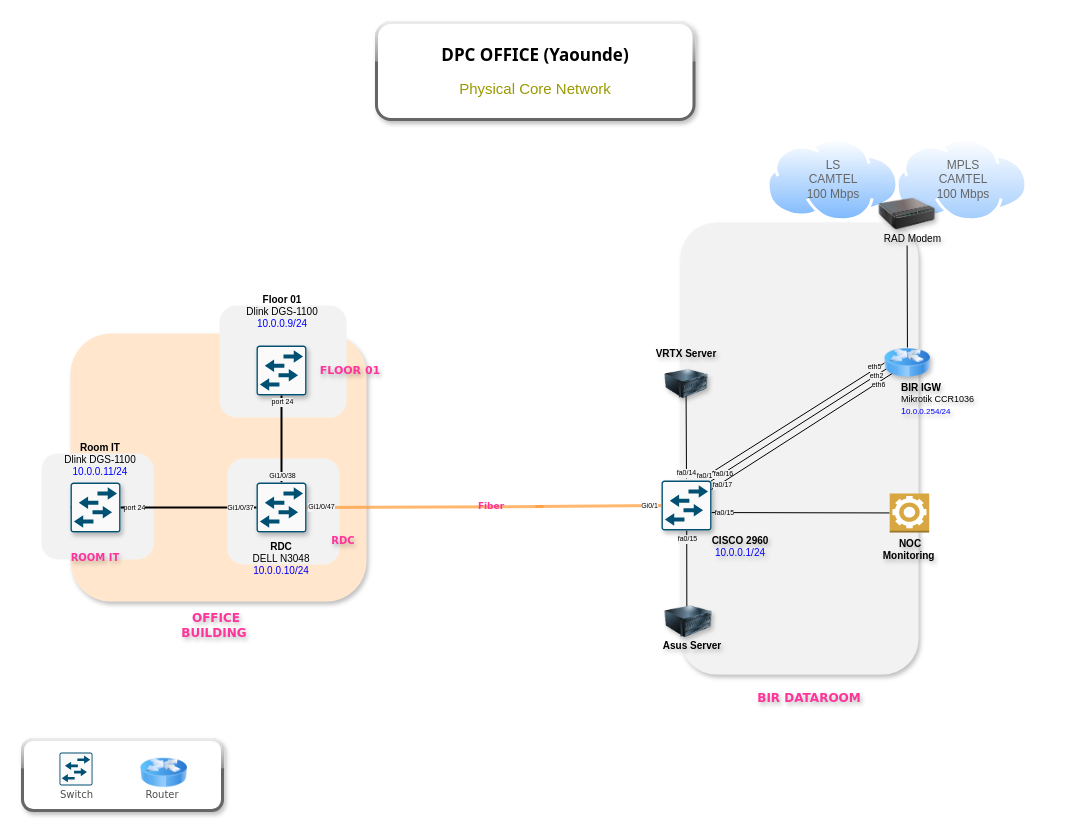
The draw.io diagram page "Phys_Dist" (1 of 3) of DPC Network Diagram.drawio in tetndoh/eshop, before the edit. Source tidied: cells renumbered, new cells numbered last; positions are measured from the earlier drawing's top-left corner, leaving out a move shared by most shapes. Both pictures are drawn from the tidied source at 100%, with x=0, y=0 at pixel (22, 22).
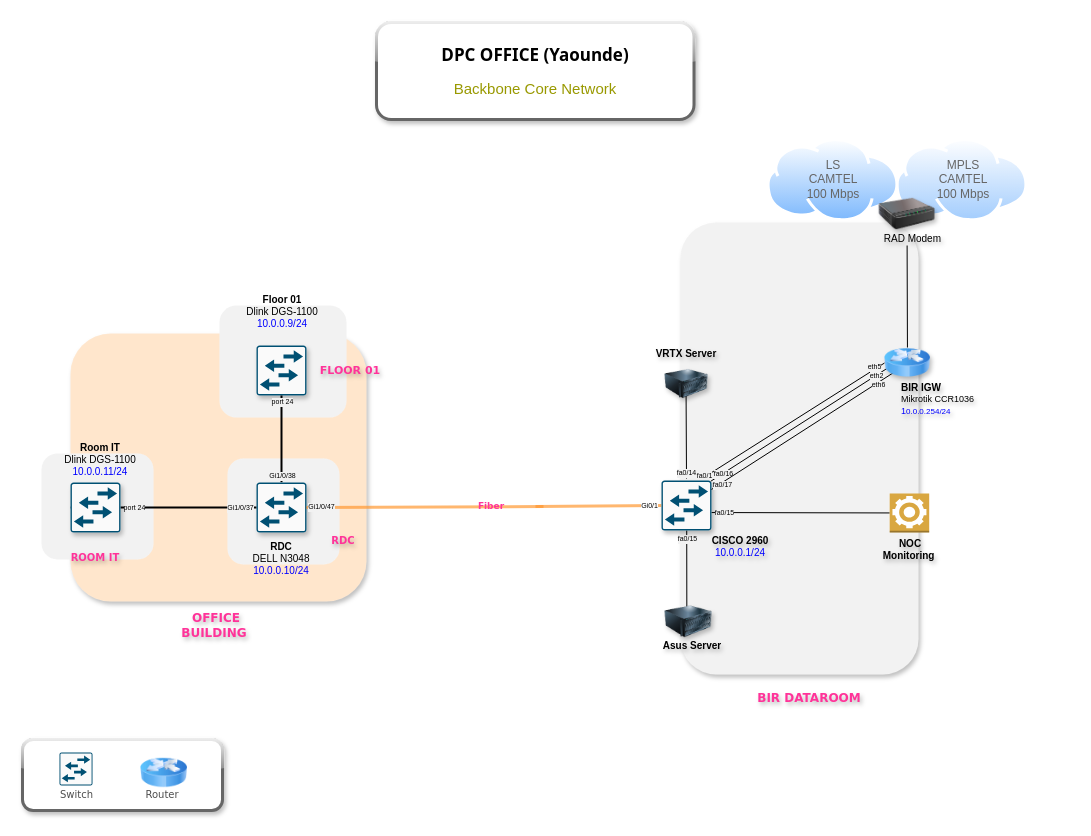
Above is the later version.

The edit, as a diff of the source:
```diff
@@
-    <mxCell id="66" value="&lt;font style=&quot;font-size: 17px;&quot; face=&quot;Tahoma&quot;&gt;&lt;b style=&quot;background-color: light-dark(#ffffff, var(--ge-dark-color, #121212));&quot;&gt;DPC OFFICE (Yaounde)&lt;/b&gt;&lt;/font&gt;&lt;div&gt;&lt;br&gt;&lt;/div&gt;&lt;div&gt;&lt;font style=&quot;font-size: 15px; color: rgb(153, 153, 0);&quot;&gt;Physical Core Network&lt;/font&gt;&lt;/div&gt;" style="rounded=1;whiteSpace=wrap;html=1;shadow=1;glass=1;strokeWidth=3;strokeColor=#666666;" parent="1" vertex="1">
+    <mxCell id="66" value="&lt;font style=&quot;font-size: 17px;&quot; face=&quot;Tahoma&quot;&gt;&lt;b style=&quot;background-color: light-dark(#ffffff, var(--ge-dark-color, #121212));&quot;&gt;DPC OFFICE (Yaounde)&lt;/b&gt;&lt;/font&gt;&lt;div&gt;&lt;br&gt;&lt;/div&gt;&lt;div&gt;&lt;font style=&quot;font-size: 15px; color: rgb(153, 153, 0);&quot;&gt;Backbone Core Network&lt;/font&gt;&lt;/div&gt;" style="rounded=1;whiteSpace=wrap;html=1;shadow=1;glass=1;strokeWidth=3;strokeColor=#666666;" parent="1" vertex="1">
       <mxGeometry x="354" width="317.5" height="97" as="geometry" />
     </mxCell>
```
